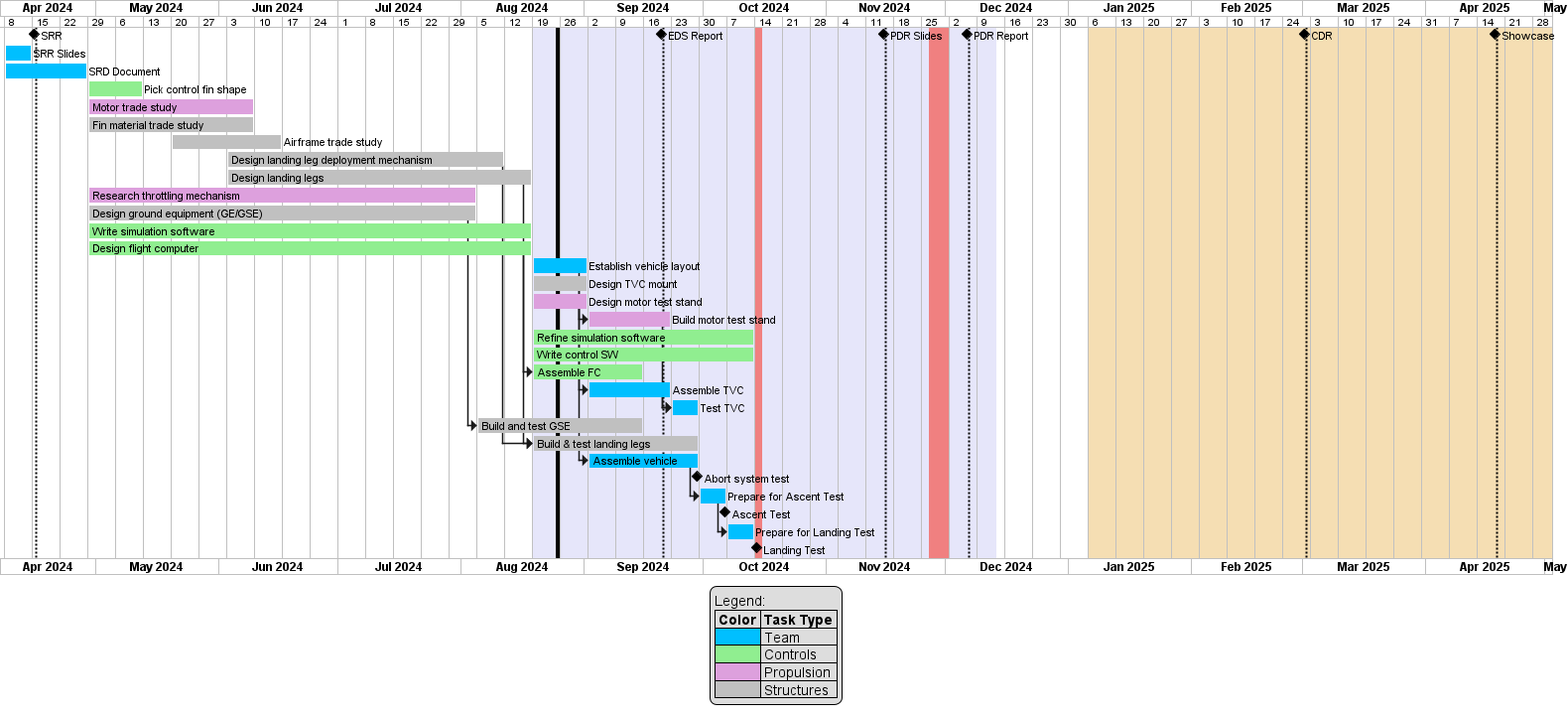
Above: diagrams/out/gantt_chart.png in Laagaard/Rocket_Lander (PlantUML), before the change.
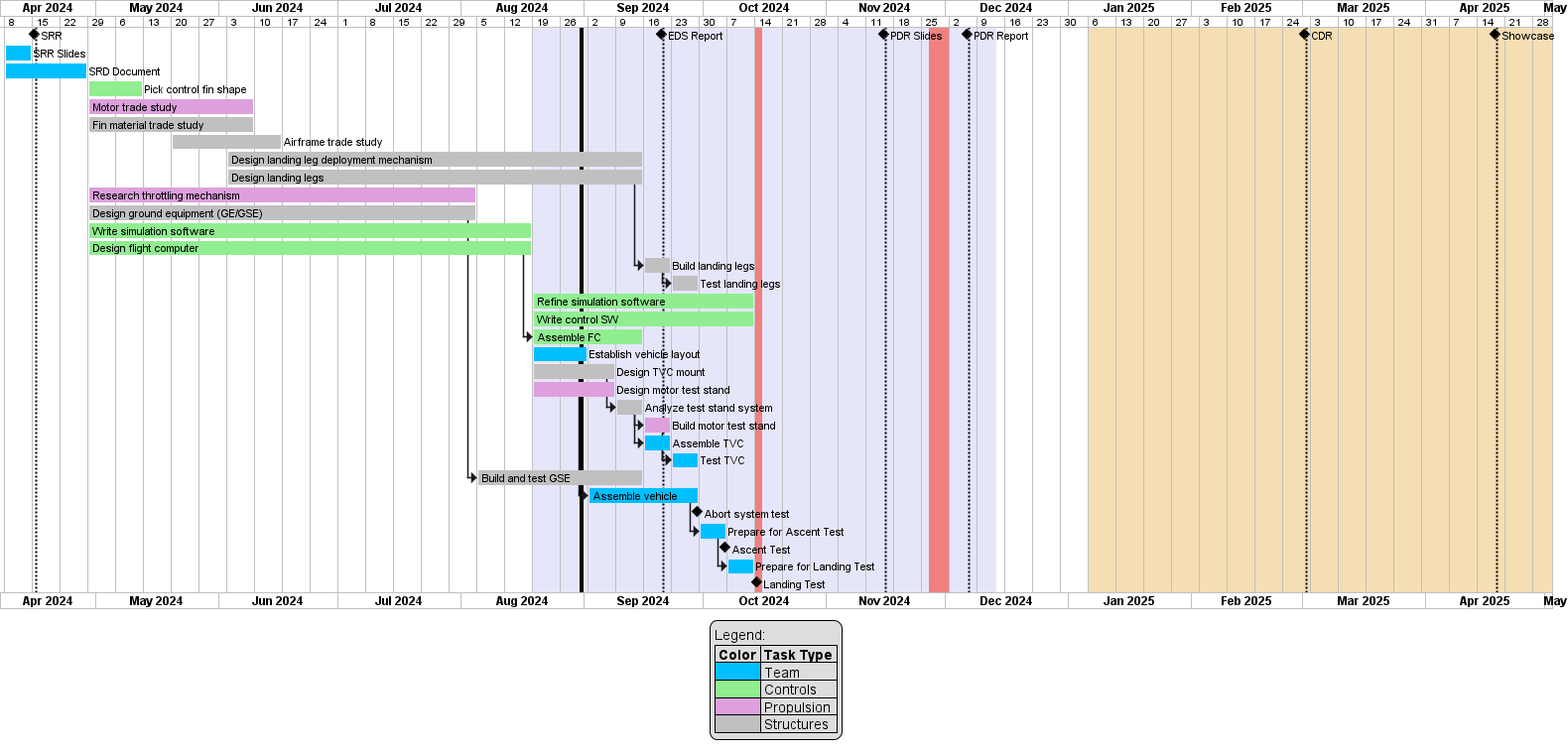
Above is the later version.

Commit message:
Add resultant changes from 8/31/24 team meeting

- Increase `Design TVC mount` by 1 week
- Increase `Design motor test stand` by 1 week
- Add 1 week for `Analyze test stand system`
- Reduce `Building landing legs` to 1 week
- Add 1 week for `Test landing legs`

Diff of the diagram source:
```diff
@@ -50,26 +50,27 @@
 [Motor trade study] requires 6 weeks and starts 2024-04-29 and is colored in plum
 [Fin material trade study] requires 6 weeks and starts 2024-04-29 and is colored in silver
 [Airframe trade study] requires 4 weeks and starts 2024-05-20 and is colored in silver
-[Design landing leg deployment mechanism] requires 10 weeks and starts 2024-06-03 and is colored in silver
-[Design landing legs] requires 11 weeks and starts at 2024-06-03 and is colored in silver
+[Design landing leg deployment mechanism] requires 15 weeks and starts 2024-06-03 and is colored in silver
+[Design landing legs] requires 15 weeks and starts at 2024-06-03 and is colored in silver
 [Research throttling mechanism] requires 14 weeks and starts 2024-04-29 and is colored in plum
 [Design ground equipment (GE/GSE)] requires 14 weeks and starts 2024-04-29 and is colored in silver
 [Write simulation software] requires 16 weeks and starts 2024-04-29 and is colored in lightgreen
 [Design flight computer] requires 16 weeks and starts 2024-04-29 and is colored in lightgreen
 
 
-
-[Establish vehicle layout] requires 2 weeks and starts 2024-08-19 and is colored in deepskyblue
-[Design TVC mount] requires 2 weeks and starts 2024-08-19 and is colored in silver
-[Design motor test stand] requires 2 weeks and starts 2024-08-19 and is colored in plum
-[Build motor test stand] requires 3 weeks and starts at [Design motor test stand]'s end and is colored in plum
+[Build landing legs] requires 1 weeks and starts at [Design landing legs]'s end and is colored in silver
+[Test landing legs] requires 1 weeks and starts at [Build landing legs]'s end and is colored in silver
 [Refine simulation software] requires 8 weeks and starts 2024-08-19 and is colored in lightgreen
 [Write control SW] requires 8 weeks and starts 2024-08-19 and is colored in lightgreen
 [Assemble FC] requires 4 weeks and starts at [Design flight computer]'s end and is colored in lightgreen
-[Assemble TVC] requires 3 weeks and starts at [Design TVC mount]'s end and is colored in deepskyblue
+[Establish vehicle layout] requires 2 weeks and starts 2024-08-19 and is colored in deepskyblue
+[Design TVC mount] requires 3 weeks and starts 2024-08-19 and is colored in silver
+[Design motor test stand] requires 3 weeks and starts 2024-08-19 and is colored in plum
+[Analyze test stand system] requires 1 week and starts at [Design TVC mount]'s end and is colored in silver
+[Build motor test stand] requires 1 weeks and starts at [Analyze test stand system]'s end and is colored in plum
+[Assemble TVC] requires 1 weeks and starts at [Analyze test stand system]'s end and is colored in deepskyblue
 [Test TVC] requires 1 weeks and starts at [Assemble TVC]'s end and is colored in deepskyblue
 [Build and test GSE] requires 6 weeks and starts at [Design ground equipment (GE/GSE)]'s end and is colored in silver
-[Build & test landing legs] requires 6 weeks and starts at [Design landing legs]'s end and is colored in silver
 [Assemble vehicle] requires 4 weeks and starts at [Establish vehicle layout]'s end and is colored in deepskyblue
 [Abort system test] happens at [Assemble vehicle]'s end
 [Prepare for Ascent Test] requires 1 weeks and starts at [Assemble vehicle]'s end and is colored in deepskyblue
@@ -77,7 +78,6 @@
 [Prepare for Landing Test] requires 1 weeks and starts at [Prepare for Ascent Test]'s end and is colored in deepskyblue
 [Landing Test] happens at [Fall Break]'s start
 
-[Design landing leg deployment mechanism] -> [Build & test landing legs]
 [Build motor test stand] -> [Test TVC]
 
 
```
